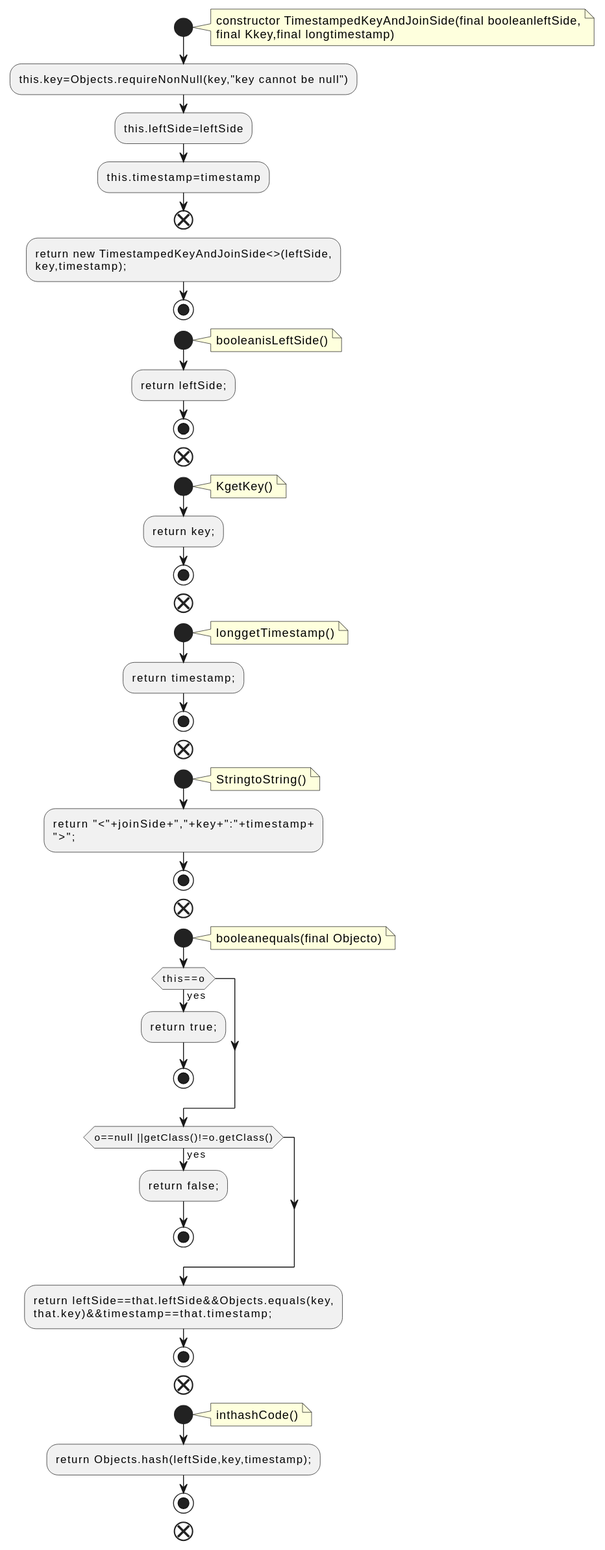
Above: docs/qc/streams/src/main/java/org/apache/kafka/streams/state/internals/TimestampedKeyAndJoinSide.java.fct.svg in qualitesys/kafka (PlantUML), before the change.
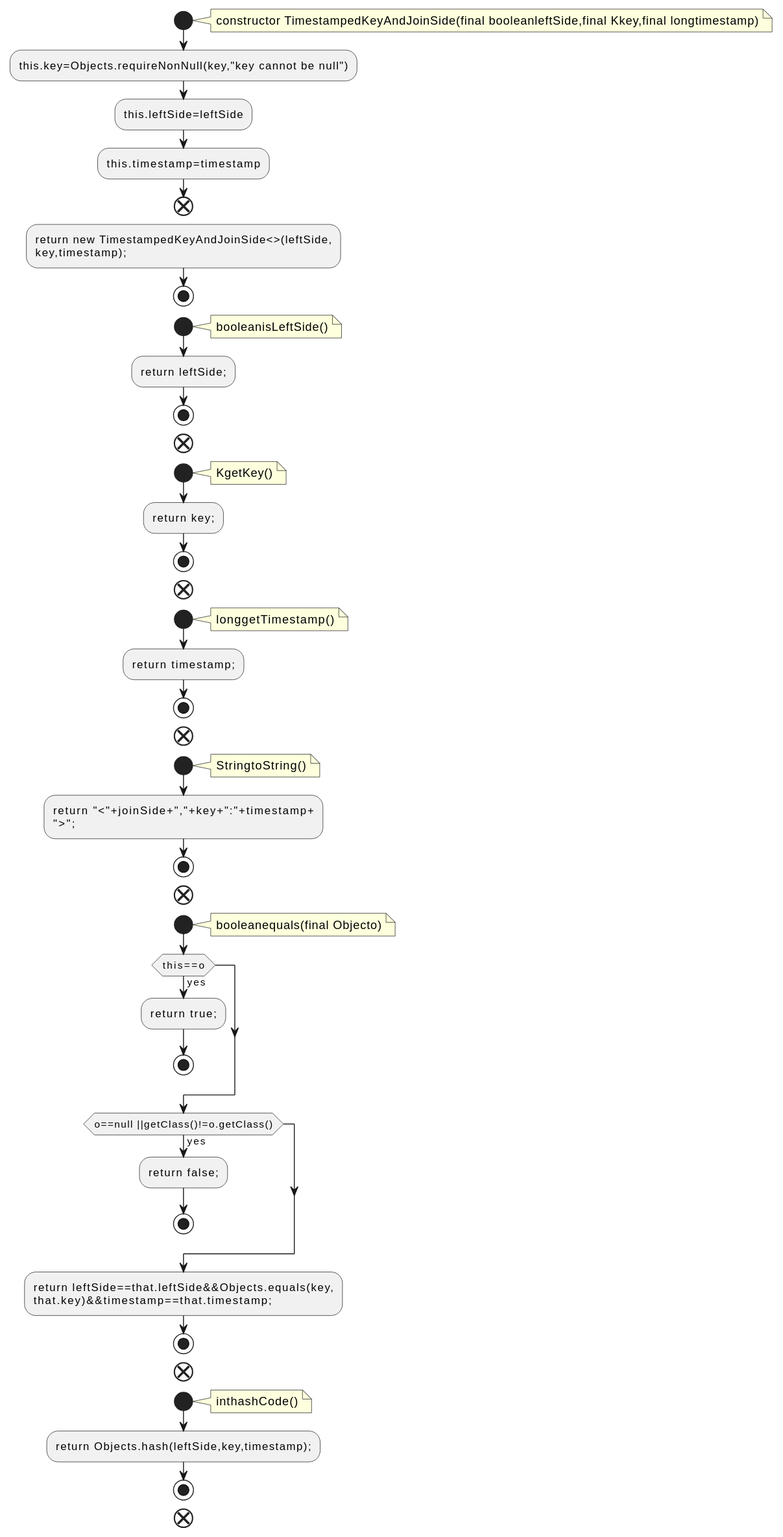
Above is the later version.

Change to the diagram source:
```diff
@@ -2,8 +2,7 @@
 !pragma layout smetana
 start
 note right
-constructor TimestampedKeyAndJoinSide(final booleanleftSide,
-final Kkey,final longtimestamp)
+constructor TimestampedKeyAndJoinSide(final booleanleftSide,final Kkey,final longtimestamp)
 end note
 :this.key=Objects.requireNonNull(key,"key cannot be null");
 :this.leftSide=leftSide;
```
